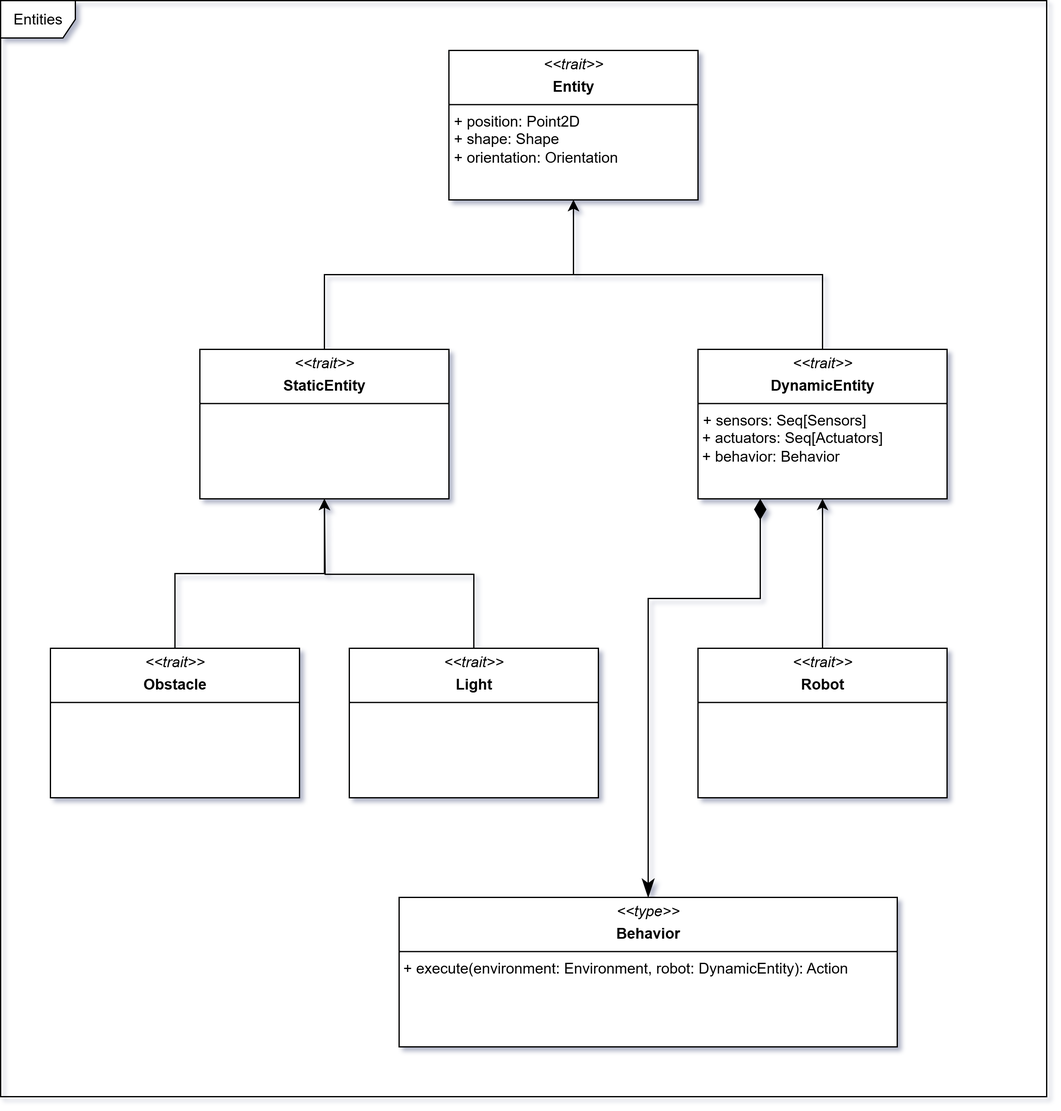
Earlier version of the draw.io export docs/static/img/04-detailed-design/entities.png (Scala-Robotics-Simulator/PPS-22-srs). Source tidied: cells renumbered, new cells last; positions are measured from the earlier drawing's top-left corner, leaving out a move shared by most shapes. Source of this version:
```xml
<mxGraphModel>
  <root>
    <mxCell id="0" />
    <mxCell id="1" parent="0" />
    <mxCell id="2" value="&lt;p style=&quot;margin:0px;margin-top:4px;text-align:center;&quot;&gt;&lt;i&gt;&amp;lt;&amp;lt;trait&amp;gt;&amp;gt;&lt;/i&gt;&lt;/p&gt;&lt;p style=&quot;margin:0px;margin-top:4px;text-align:center;&quot;&gt;&lt;b&gt;Entity&lt;/b&gt;&lt;/p&gt;&lt;hr size=&quot;1&quot; style=&quot;border-style:solid;&quot;&gt;&lt;p style=&quot;margin:0px;margin-left:4px;&quot;&gt;+ position: Point2D&lt;/p&gt;&lt;p style=&quot;margin:0px;margin-left:4px;&quot;&gt;+ shape: Shape&lt;/p&gt;&lt;p style=&quot;margin:0px;margin-left:4px;&quot;&gt;+ orientation: Orientation&lt;/p&gt;" style="verticalAlign=top;align=left;overflow=fill;html=1;whiteSpace=wrap;" parent="1" vertex="1">
      <mxGeometry x="360" y="40" width="200" height="120" as="geometry" />
    </mxCell>
    <mxCell id="3" style="edgeStyle=orthogonalEdgeStyle;rounded=0;jettySize=auto;html=1;entryX=0.5;entryY=1;entryDx=0;entryDy=0;" parent="1" edge="1" source="4" target="2">
      <mxGeometry relative="1" as="geometry" />
    </mxCell>
    <mxCell id="4" value="&lt;p style=&quot;margin:0px;margin-top:4px;text-align:center;&quot;&gt;&lt;i&gt;&amp;lt;&amp;lt;trait&amp;gt;&amp;gt;&lt;/i&gt;&lt;/p&gt;&lt;p style=&quot;margin:0px;margin-top:4px;text-align:center;&quot;&gt;&lt;b&gt;StaticEntity&lt;/b&gt;&lt;/p&gt;&lt;hr size=&quot;1&quot; style=&quot;border-style:solid;&quot;&gt;" style="verticalAlign=top;align=left;overflow=fill;html=1;whiteSpace=wrap;" parent="1" vertex="1">
      <mxGeometry x="160" y="280" width="200" height="120" as="geometry" />
    </mxCell>
    <mxCell id="5" style="edgeStyle=orthogonalEdgeStyle;rounded=0;jettySize=auto;html=1;exitX=0.5;exitY=0;exitDx=0;exitDy=0;" parent="1" edge="1" source="6">
      <mxGeometry relative="1" as="geometry">
        <mxPoint x="460" y="160" as="targetPoint" />
        <Array as="points">
          <mxPoint x="660" y="220" />
          <mxPoint x="460" y="220" />
        </Array>
      </mxGeometry>
    </mxCell>
    <mxCell id="6" value="&lt;p style=&quot;margin:0px;margin-top:4px;text-align:center;&quot;&gt;&lt;i&gt;&amp;lt;&amp;lt;trait&amp;gt;&amp;gt;&lt;/i&gt;&lt;/p&gt;&lt;p style=&quot;margin:0px;margin-top:4px;text-align:center;&quot;&gt;&lt;b&gt;DynamicEntity&lt;/b&gt;&lt;/p&gt;&lt;hr size=&quot;1&quot; style=&quot;border-style:solid;&quot;&gt;&lt;p style=&quot;margin:0px;margin-left:4px;&quot;&gt;+ sensors: Seq[Sensors]&lt;/p&gt;&lt;div&gt;&amp;nbsp;+ actuators: Seq[Actuators]&lt;/div&gt;&lt;div&gt;&amp;nbsp;+ behavior: Behavior&lt;/div&gt;&lt;p style=&quot;margin:0px;margin-left:4px;&quot;&gt;&lt;br&gt;&lt;/p&gt;" style="verticalAlign=top;align=left;overflow=fill;html=1;whiteSpace=wrap;" parent="1" vertex="1">
      <mxGeometry x="560" y="280" width="200" height="120" as="geometry" />
    </mxCell>
    <mxCell id="7" style="edgeStyle=orthogonalEdgeStyle;rounded=0;jettySize=auto;html=1;entryX=0.5;entryY=1;entryDx=0;entryDy=0;exitX=0.5;exitY=0;exitDx=0;exitDy=0;" parent="1" edge="1" source="8" target="4">
      <mxGeometry relative="1" as="geometry">
        <Array as="points">
          <mxPoint x="140" y="460" />
          <mxPoint x="260" y="460" />
        </Array>
      </mxGeometry>
    </mxCell>
    <mxCell id="8" value="&lt;p style=&quot;margin:0px;margin-top:4px;text-align:center;&quot;&gt;&lt;i&gt;&amp;lt;&amp;lt;trait&amp;gt;&amp;gt;&lt;/i&gt;&lt;/p&gt;&lt;p style=&quot;margin:0px;margin-top:4px;text-align:center;&quot;&gt;&lt;b&gt;Obstacle&lt;/b&gt;&lt;/p&gt;&lt;hr size=&quot;1&quot; style=&quot;border-style:solid;&quot;&gt;" style="verticalAlign=top;align=left;overflow=fill;html=1;whiteSpace=wrap;" parent="1" vertex="1">
      <mxGeometry x="40" y="520" width="200" height="120" as="geometry" />
    </mxCell>
    <mxCell id="9" style="edgeStyle=orthogonalEdgeStyle;rounded=0;jettySize=auto;html=1;exitX=0.5;exitY=0;exitDx=0;exitDy=0;" parent="1" edge="1" source="10">
      <mxGeometry relative="1" as="geometry">
        <mxPoint x="260" y="400" as="targetPoint" />
      </mxGeometry>
    </mxCell>
    <mxCell id="10" value="&lt;p style=&quot;margin:0px;margin-top:4px;text-align:center;&quot;&gt;&lt;i&gt;&amp;lt;&amp;lt;trait&amp;gt;&amp;gt;&lt;/i&gt;&lt;/p&gt;&lt;p style=&quot;margin:0px;margin-top:4px;text-align:center;&quot;&gt;&lt;b&gt;Light&lt;/b&gt;&lt;/p&gt;&lt;hr size=&quot;1&quot; style=&quot;border-style:solid;&quot;&gt;" style="verticalAlign=top;align=left;overflow=fill;html=1;whiteSpace=wrap;" parent="1" vertex="1">
      <mxGeometry x="280" y="520" width="200" height="120" as="geometry" />
    </mxCell>
    <mxCell id="11" style="edgeStyle=orthogonalEdgeStyle;rounded=0;jettySize=auto;html=1;entryX=0.5;entryY=1;entryDx=0;entryDy=0;" parent="1" edge="1" source="12" target="6">
      <mxGeometry relative="1" as="geometry" />
    </mxCell>
    <mxCell id="12" value="&lt;p style=&quot;margin:0px;margin-top:4px;text-align:center;&quot;&gt;&lt;i&gt;&amp;lt;&amp;lt;trait&amp;gt;&amp;gt;&lt;/i&gt;&lt;/p&gt;&lt;p style=&quot;margin:0px;margin-top:4px;text-align:center;&quot;&gt;&lt;b&gt;Robot&lt;/b&gt;&lt;/p&gt;&lt;hr size=&quot;1&quot; style=&quot;border-style:solid;&quot;&gt;" style="verticalAlign=top;align=left;overflow=fill;html=1;whiteSpace=wrap;" parent="1" vertex="1">
      <mxGeometry x="560" y="520" width="200" height="120" as="geometry" />
    </mxCell>
    <mxCell id="13" value="Entities" style="shape=umlFrame;whiteSpace=wrap;html=1;" parent="1" vertex="1">
      <mxGeometry width="840" height="880" as="geometry" />
    </mxCell>
    <mxCell id="14" value="&lt;p style=&quot;margin:0px;margin-top:4px;text-align:center;&quot;&gt;&lt;i&gt;&amp;lt;&amp;lt;type&amp;gt;&amp;gt;&lt;/i&gt;&lt;/p&gt;&lt;p style=&quot;margin:0px;margin-top:4px;text-align:center;&quot;&gt;&lt;b&gt;Behavior&lt;/b&gt;&lt;/p&gt;&lt;hr size=&quot;1&quot; style=&quot;border-style:solid;&quot;&gt;&amp;nbsp;+ execute(environment: Environment, robot: DynamicEntity): Action&lt;div&gt;&lt;br&gt;&lt;/div&gt;" style="verticalAlign=top;align=left;overflow=fill;html=1;whiteSpace=wrap;" parent="1" vertex="1">
      <mxGeometry x="320" y="720" width="400" height="120" as="geometry" />
    </mxCell>
    <mxCell id="15" style="endArrow=classicThin;html=1;endSize=12;startArrow=diamondThin;startSize=14;startFill=1;edgeStyle=orthogonalEdgeStyle;align=left;verticalAlign=bottom;rounded=0;exitX=0.25;exitY=1;exitDx=0;exitDy=0;entryX=0.5;entryY=0;entryDx=0;entryDy=0;endFill=1;" parent="1" edge="1" source="6" target="14">
      <mxGeometry x="-1" y="3" relative="1" as="geometry">
        <Array as="points">
          <mxPoint x="610" y="480" />
          <mxPoint x="520" y="480" />
        </Array>
      </mxGeometry>
    </mxCell>
  </root>
</mxGraphModel>
```
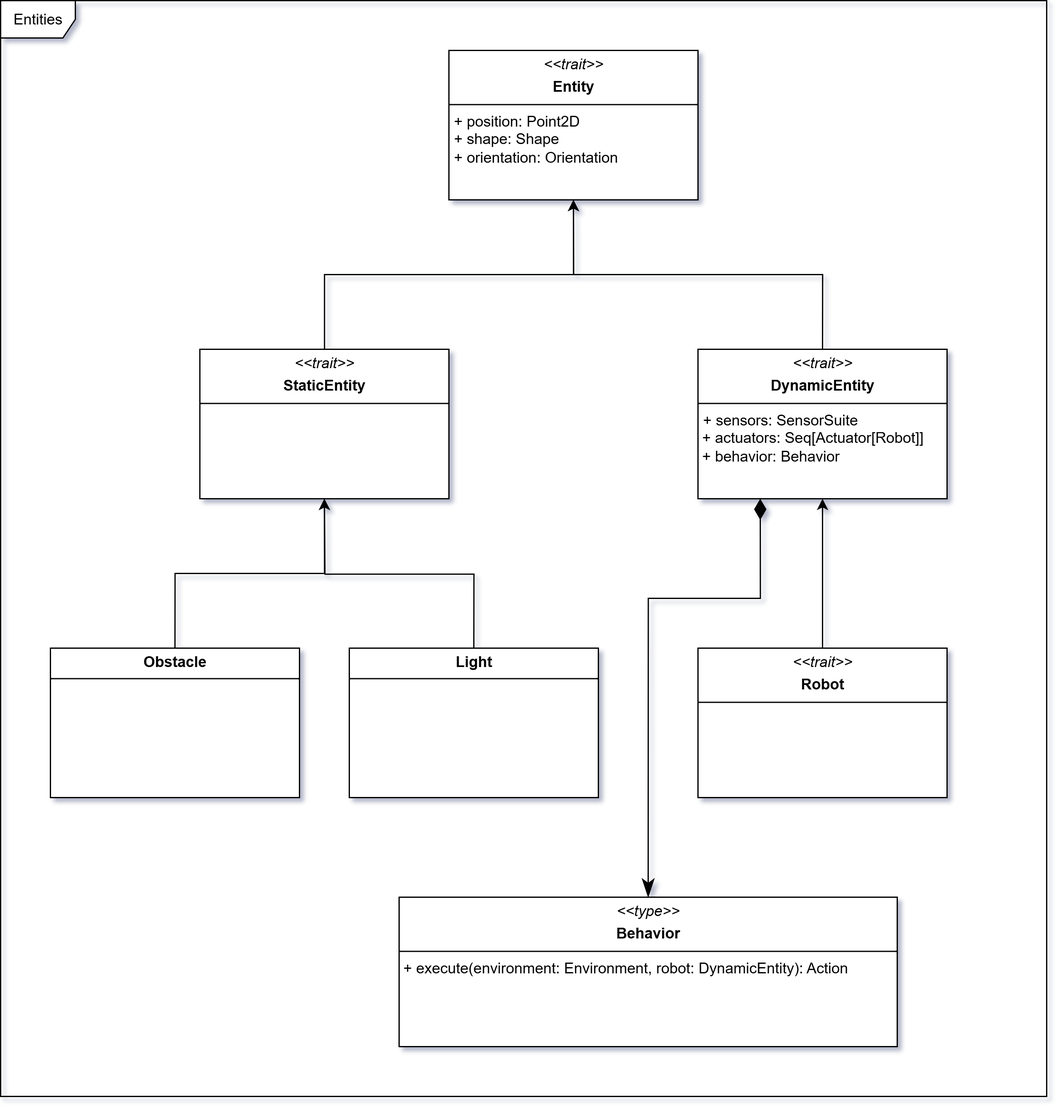
Later version of the same file.

Commit message:
docs: update entities diagram

Diff of the diagram source:
```diff
@@ -20,7 +20,7 @@
         </Array>
       </mxGeometry>
     </mxCell>
-    <mxCell id="6" value="&lt;p style=&quot;margin:0px;margin-top:4px;text-align:center;&quot;&gt;&lt;i&gt;&amp;lt;&amp;lt;trait&amp;gt;&amp;gt;&lt;/i&gt;&lt;/p&gt;&lt;p style=&quot;margin:0px;margin-top:4px;text-align:center;&quot;&gt;&lt;b&gt;DynamicEntity&lt;/b&gt;&lt;/p&gt;&lt;hr size=&quot;1&quot; style=&quot;border-style:solid;&quot;&gt;&lt;p style=&quot;margin:0px;margin-left:4px;&quot;&gt;+ sensors: Seq[Sensors]&lt;/p&gt;&lt;div&gt;&amp;nbsp;+ actuators: Seq[Actuators]&lt;/div&gt;&lt;div&gt;&amp;nbsp;+ behavior: Behavior&lt;/div&gt;&lt;p style=&quot;margin:0px;margin-left:4px;&quot;&gt;&lt;br&gt;&lt;/p&gt;" style="verticalAlign=top;align=left;overflow=fill;html=1;whiteSpace=wrap;" parent="1" vertex="1">
+    <mxCell id="6" value="&lt;p style=&quot;margin:0px;margin-top:4px;text-align:center;&quot;&gt;&lt;i&gt;&amp;lt;&amp;lt;trait&amp;gt;&amp;gt;&lt;/i&gt;&lt;/p&gt;&lt;p style=&quot;margin:0px;margin-top:4px;text-align:center;&quot;&gt;&lt;b&gt;DynamicEntity&lt;/b&gt;&lt;/p&gt;&lt;hr size=&quot;1&quot; style=&quot;border-style:solid;&quot;&gt;&lt;p style=&quot;margin:0px;margin-left:4px;&quot;&gt;+ sensors: SensorSuite&lt;/p&gt;&lt;div&gt;&amp;nbsp;+ actuators: Seq[Actuator[Robot]]&lt;/div&gt;&lt;div&gt;&amp;nbsp;+ behavior: Behavior&lt;/div&gt;&lt;p style=&quot;margin:0px;margin-left:4px;&quot;&gt;&lt;br&gt;&lt;/p&gt;" style="verticalAlign=top;align=left;overflow=fill;html=1;whiteSpace=wrap;" parent="1" vertex="1">
       <mxGeometry x="560" y="280" width="200" height="120" as="geometry" />
     </mxCell>
     <mxCell id="7" style="edgeStyle=orthogonalEdgeStyle;rounded=0;jettySize=auto;html=1;entryX=0.5;entryY=1;entryDx=0;entryDy=0;exitX=0.5;exitY=0;exitDx=0;exitDy=0;" parent="1" edge="1" source="8" target="4">
@@ -31,7 +31,7 @@
         </Array>
       </mxGeometry>
     </mxCell>
-    <mxCell id="8" value="&lt;p style=&quot;margin:0px;margin-top:4px;text-align:center;&quot;&gt;&lt;i&gt;&amp;lt;&amp;lt;trait&amp;gt;&amp;gt;&lt;/i&gt;&lt;/p&gt;&lt;p style=&quot;margin:0px;margin-top:4px;text-align:center;&quot;&gt;&lt;b&gt;Obstacle&lt;/b&gt;&lt;/p&gt;&lt;hr size=&quot;1&quot; style=&quot;border-style:solid;&quot;&gt;" style="verticalAlign=top;align=left;overflow=fill;html=1;whiteSpace=wrap;" parent="1" vertex="1">
+    <mxCell id="8" value="&lt;p style=&quot;margin:0px;margin-top:4px;text-align:center;&quot;&gt;&lt;b style=&quot;background-color: transparent; color: light-dark(rgb(0, 0, 0), rgb(255, 255, 255));&quot;&gt;Obstacle&lt;/b&gt;&lt;/p&gt;&lt;hr size=&quot;1&quot; style=&quot;border-style:solid;&quot;&gt;" style="verticalAlign=top;align=left;overflow=fill;html=1;whiteSpace=wrap;" parent="1" vertex="1">
       <mxGeometry x="40" y="520" width="200" height="120" as="geometry" />
     </mxCell>
     <mxCell id="9" style="edgeStyle=orthogonalEdgeStyle;rounded=0;jettySize=auto;html=1;exitX=0.5;exitY=0;exitDx=0;exitDy=0;" parent="1" edge="1" source="10">
@@ -39,7 +39,7 @@
         <mxPoint x="260" y="400" as="targetPoint" />
       </mxGeometry>
     </mxCell>
-    <mxCell id="10" value="&lt;p style=&quot;margin:0px;margin-top:4px;text-align:center;&quot;&gt;&lt;i&gt;&amp;lt;&amp;lt;trait&amp;gt;&amp;gt;&lt;/i&gt;&lt;/p&gt;&lt;p style=&quot;margin:0px;margin-top:4px;text-align:center;&quot;&gt;&lt;b&gt;Light&lt;/b&gt;&lt;/p&gt;&lt;hr size=&quot;1&quot; style=&quot;border-style:solid;&quot;&gt;" style="verticalAlign=top;align=left;overflow=fill;html=1;whiteSpace=wrap;" parent="1" vertex="1">
+    <mxCell id="10" value="&lt;p style=&quot;margin:0px;margin-top:4px;text-align:center;&quot;&gt;&lt;b style=&quot;background-color: transparent; color: light-dark(rgb(0, 0, 0), rgb(255, 255, 255));&quot;&gt;Light&lt;/b&gt;&lt;/p&gt;&lt;hr size=&quot;1&quot; style=&quot;border-style:solid;&quot;&gt;" style="verticalAlign=top;align=left;overflow=fill;html=1;whiteSpace=wrap;" parent="1" vertex="1">
       <mxGeometry x="280" y="520" width="200" height="120" as="geometry" />
     </mxCell>
     <mxCell id="11" style="edgeStyle=orthogonalEdgeStyle;rounded=0;jettySize=auto;html=1;entryX=0.5;entryY=1;entryDx=0;entryDy=0;" parent="1" edge="1" source="12" target="6">
```
